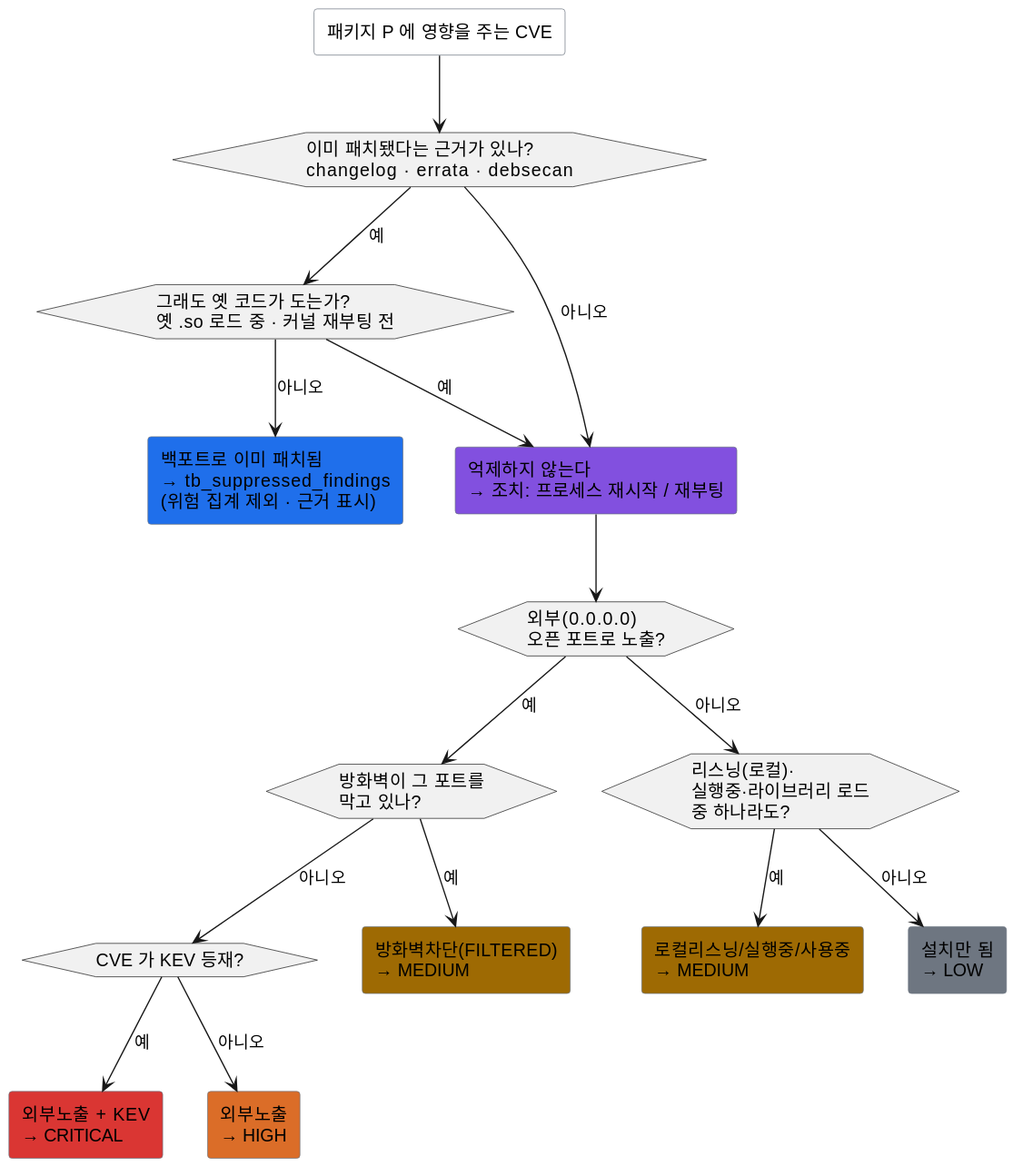
Before: docs/specs/diagrams/매처판정로직.svg, a diagram exported from PlantUML (JeongDoWook/vuln-agent). Its diagram source:
```plantuml
@startuml

skinparam rectangle {
    BackgroundColor #ffffff
    BorderColor #6e7681
}
skinparam shadowing false

rectangle "패키지 P 에 영향을 주는 CVE" as START
hexagon "이미 패치됐다는 근거가 있나?\nchangelog · errata · debsecan" as FIX
hexagon "그래도 옛 코드가 도는가?\n옛 .so 로드 중 · 커널 재부팅 전" as STALE
rectangle "억제하지 않는다\n→ 조치: 프로세스 재시작 / 재부팅" as KEEP #8250df
rectangle "백포트로 이미 패치됨\n→ tb_suppressed_findings\n(위험 집계 제외 · 근거 표시)" as SUP #1f6feb
hexagon "외부(0.0.0.0)\n오픈 포트로 노출?" as EXT
hexagon "방화벽이 그 포트를\n막고 있나?" as FW
hexagon "CVE 가 KEV 등재?" as KEV
rectangle "외부노출 + KEV\n→ CRITICAL" as CRIT #da3633
rectangle "외부노출\n→ HIGH" as HIGH #db6d28
rectangle "방화벽차단(FILTERED)\n→ MEDIUM" as FLT #9e6a03
hexagon "리스닝(로컬)·\n실행중·라이브러리 로드\n중 하나라도?" as USE
rectangle "로컬리스닝/실행중/사용중\n→ MEDIUM" as MED #9e6a03
rectangle "설치만 됨\n→ LOW" as INS #6e7681

START --> FIX
FIX --> STALE : 예
STALE --> KEEP : 예
STALE --> SUP : 아니오
FIX --> KEEP : 아니오
KEEP --> EXT
EXT --> FW : 예
FW --> KEV : 아니오
KEV --> CRIT : 예
KEV --> HIGH : 아니오
FW --> FLT : 예
EXT --> USE : 아니오
USE --> MED : 예
USE --> INS : 아니오
@enduml
```
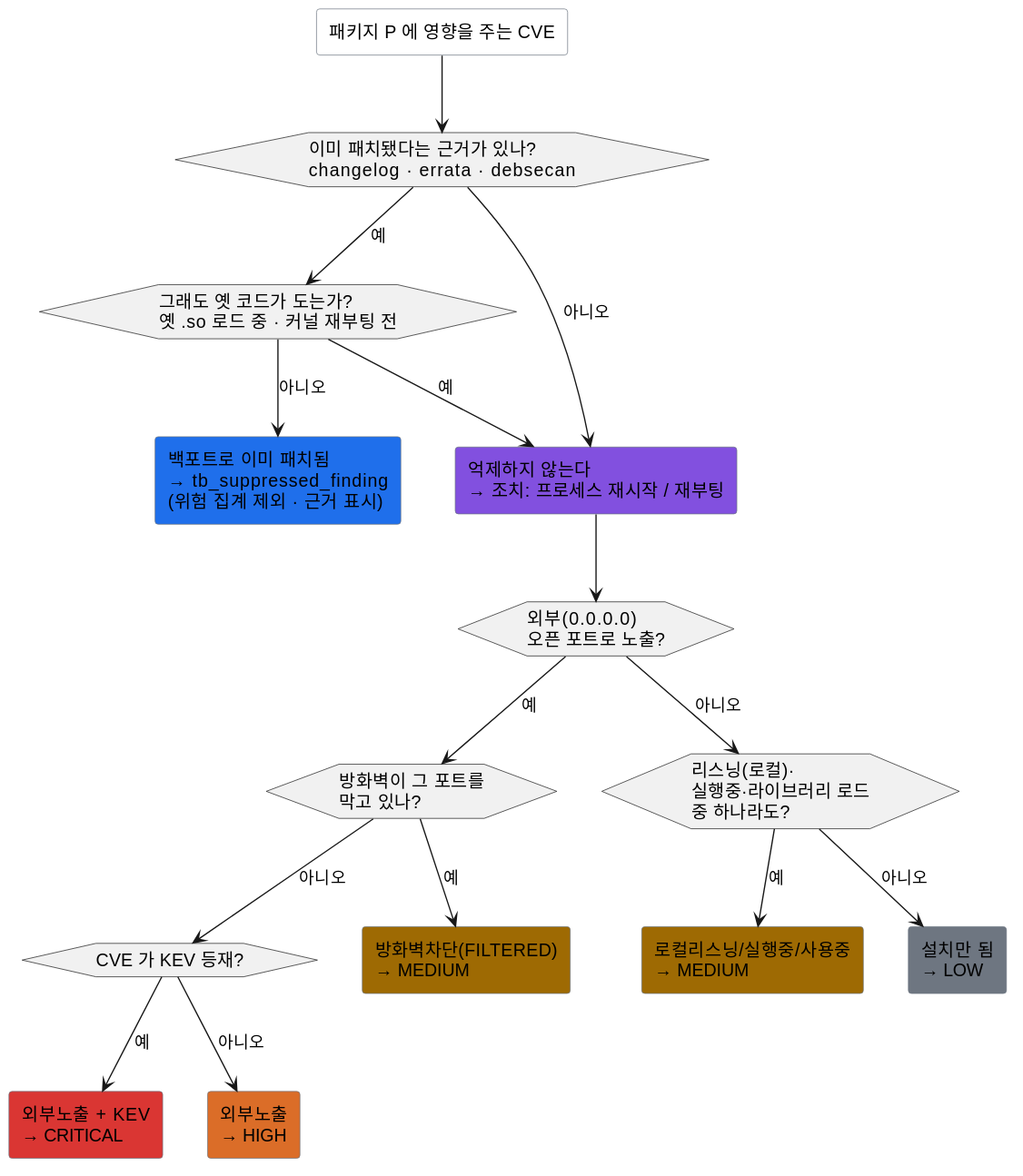
After the change.

Change to the diagram source:
```diff
@@ -10,7 +10,7 @@
 hexagon "이미 패치됐다는 근거가 있나?\nchangelog · errata · debsecan" as FIX
 hexagon "그래도 옛 코드가 도는가?\n옛 .so 로드 중 · 커널 재부팅 전" as STALE
 rectangle "억제하지 않는다\n→ 조치: 프로세스 재시작 / 재부팅" as KEEP #8250df
-rectangle "백포트로 이미 패치됨\n→ tb_suppressed_findings\n(위험 집계 제외 · 근거 표시)" as SUP #1f6feb
+rectangle "백포트로 이미 패치됨\n→ tb_suppressed_finding\n(위험 집계 제외 · 근거 표시)" as SUP #1f6feb
 hexagon "외부(0.0.0.0)\n오픈 포트로 노출?" as EXT
 hexagon "방화벽이 그 포트를\n막고 있나?" as FW
 hexagon "CVE 가 KEV 등재?" as KEV
```
